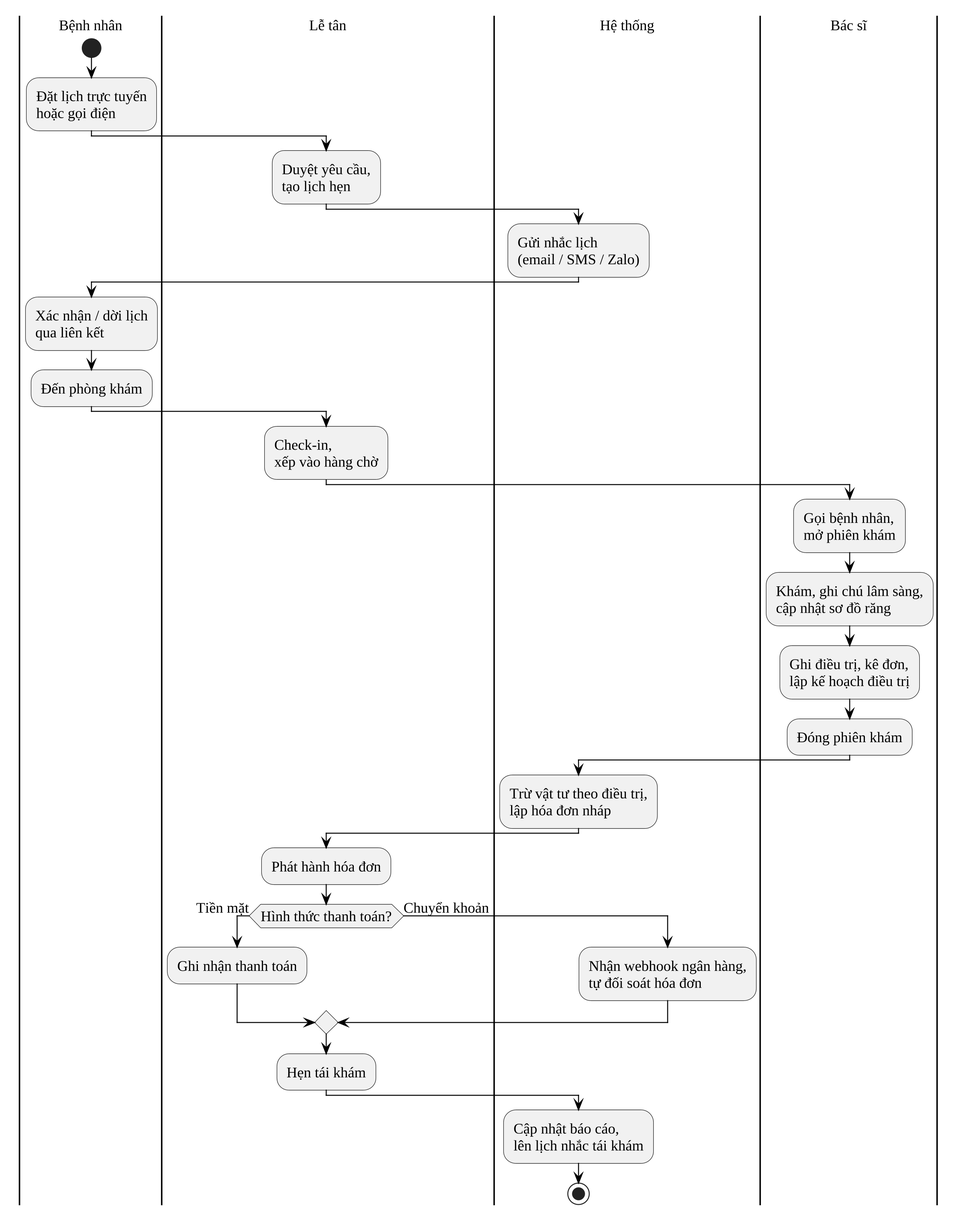
Trantuan0310/dental-clinic-nestjs-react keeps this PlantUML diagram as docs/10_Thesis/bao-cao/hinh/2-1-quy-trinh-tong-the.png. Above is the earlier version.
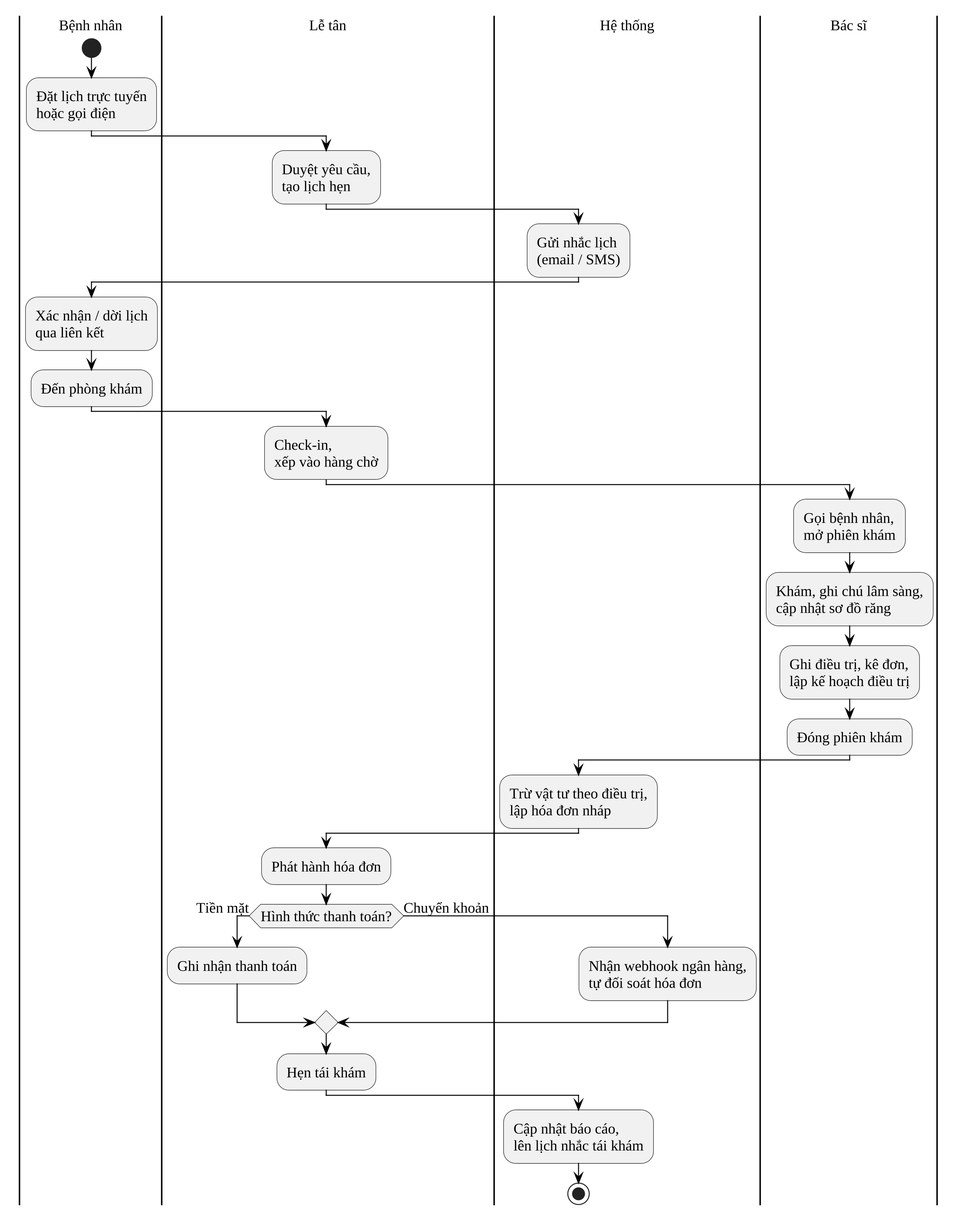
The same file after the commit.

Diff of the diagram source:
```diff
@@ -6,7 +6,7 @@
 |Lễ tân|
 :Duyệt yêu cầu,\ntạo lịch hẹn;
 |Hệ thống|
-:Gửi nhắc lịch\n(email / SMS / Zalo);
+:Gửi nhắc lịch\n(email / SMS);
 |Bệnh nhân|
 :Xác nhận / dời lịch\nqua liên kết;
 :Đến phòng khám;
```
